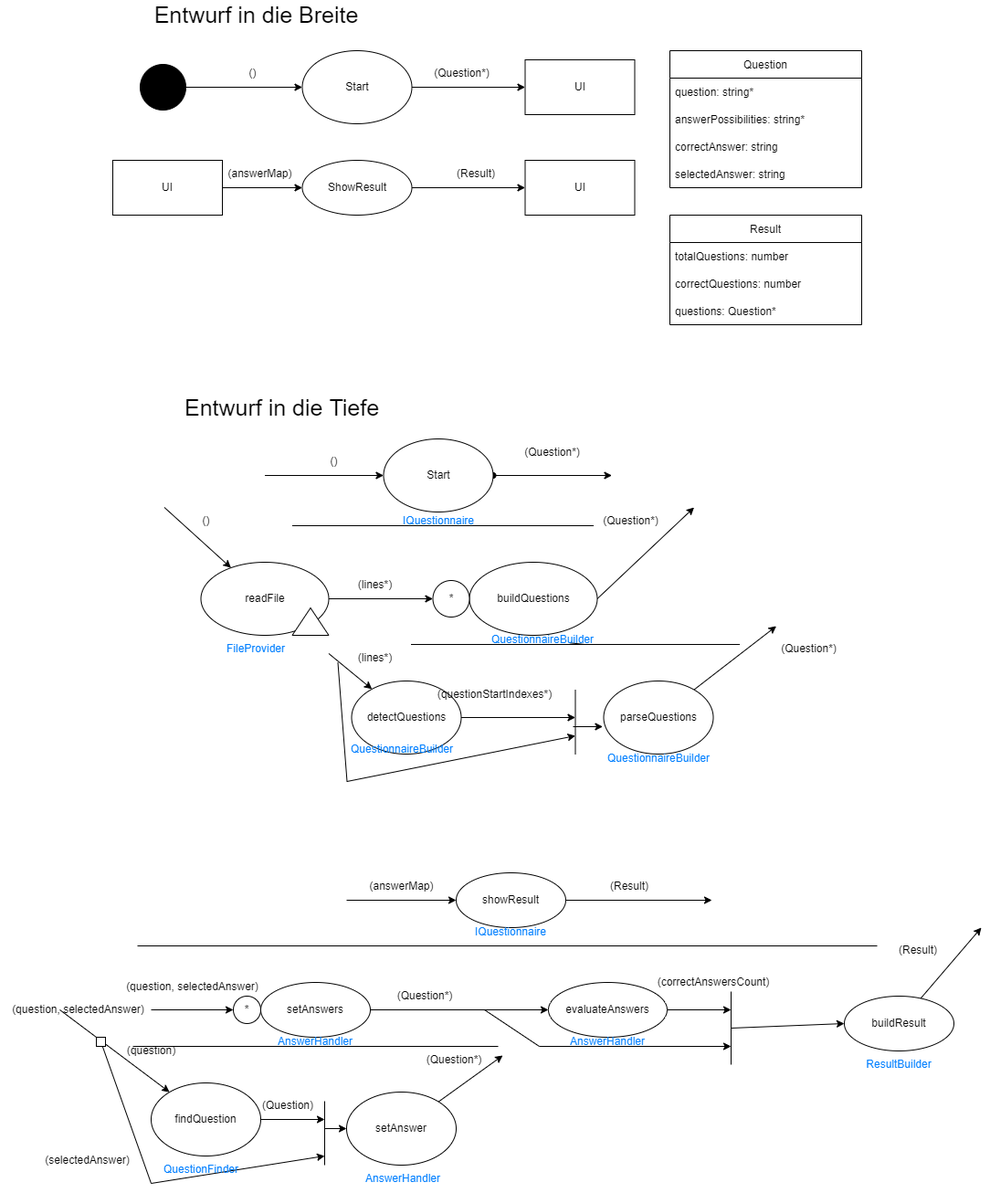
Above: docs/QuestionnaireEntwurf.png in XYL0neer/questionnaire (draw.io), before the change. Source tidied: cells renumbered, new cells last; positions are measured from the earlier drawing's top-left corner, leaving out a move shared by most shapes.
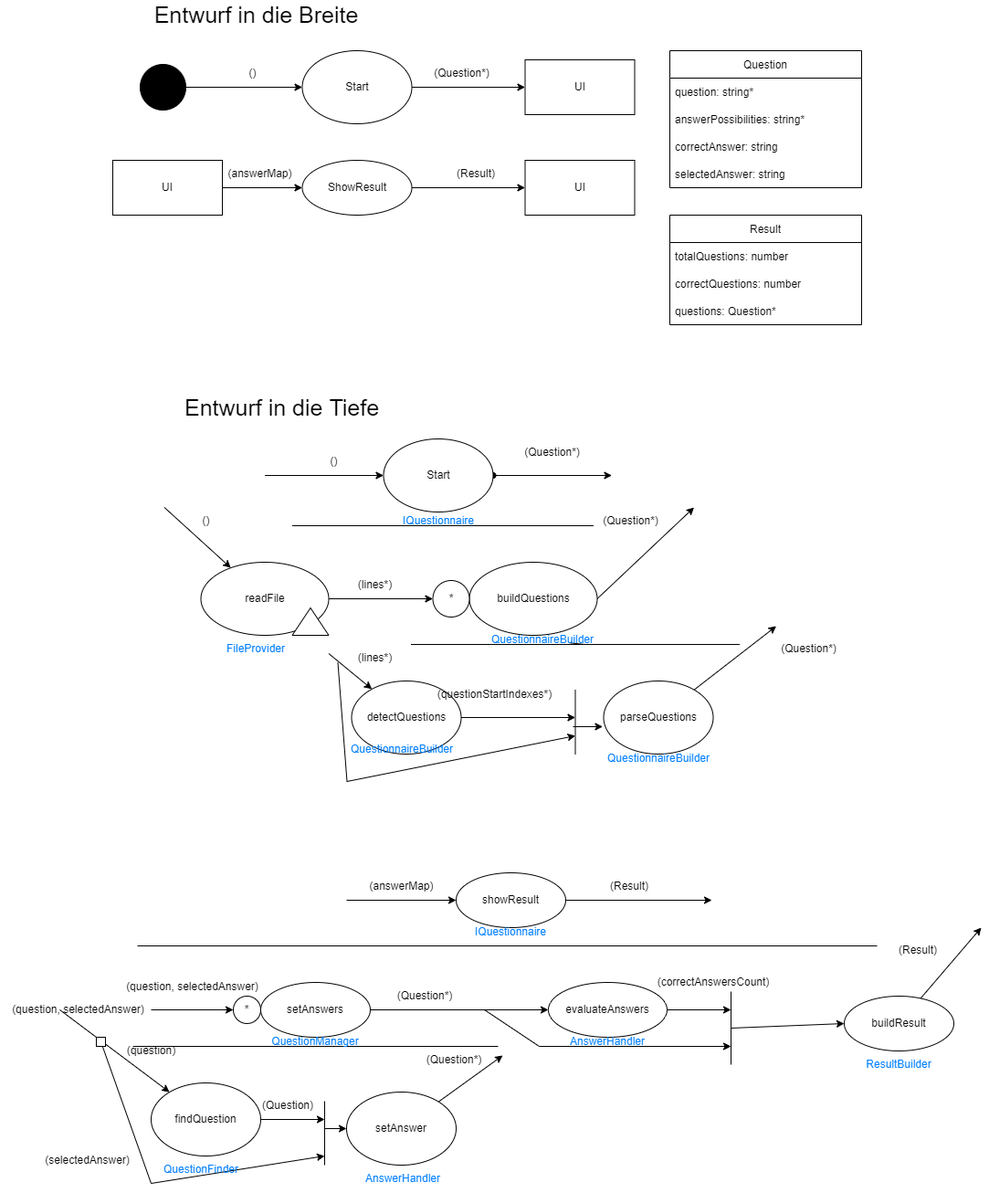
The same file after the commit.

What changed in the source:
```diff
@@ -229,7 +229,7 @@
     <mxCell id="64" value="IQuestionnaire" style="text;html=1;align=center;verticalAlign=middle;whiteSpace=wrap;rounded=0;fontColor=#007FFF;" parent="1" vertex="1">
       <mxGeometry x="529" y="1005" width="60" height="30" as="geometry" />
     </mxCell>
-    <mxCell id="65" value="AnswerHandler" style="text;html=1;align=center;verticalAlign=middle;whiteSpace=wrap;rounded=0;fontColor=#007FFF;" parent="1" vertex="1">
+    <mxCell id="65" value="QuestionManager" style="text;html=1;align=center;verticalAlign=middle;whiteSpace=wrap;rounded=0;fontColor=#007FFF;" parent="1" vertex="1">
       <mxGeometry x="315" y="1125" width="60" height="30" as="geometry" />
     </mxCell>
     <mxCell id="66" value="QuestionFinder" style="text;html=1;align=center;verticalAlign=middle;whiteSpace=wrap;rounded=0;fontColor=#007FFF;" parent="1" vertex="1">
```
